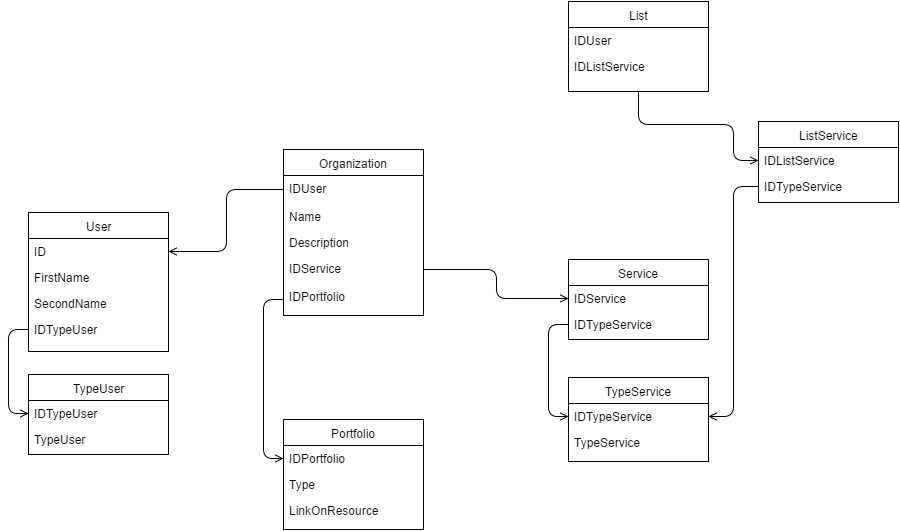
Nordth/istu-lab-upp-2016-2017 keeps this draw.io diagram as strelkov_bogdanova/lab2/ДиаграммаСущностей.png. Above is the earlier version. Source tidied: cells renumbered, new cells last; positions are measured from the earlier drawing's top-left corner, leaving out a move shared by most shapes.
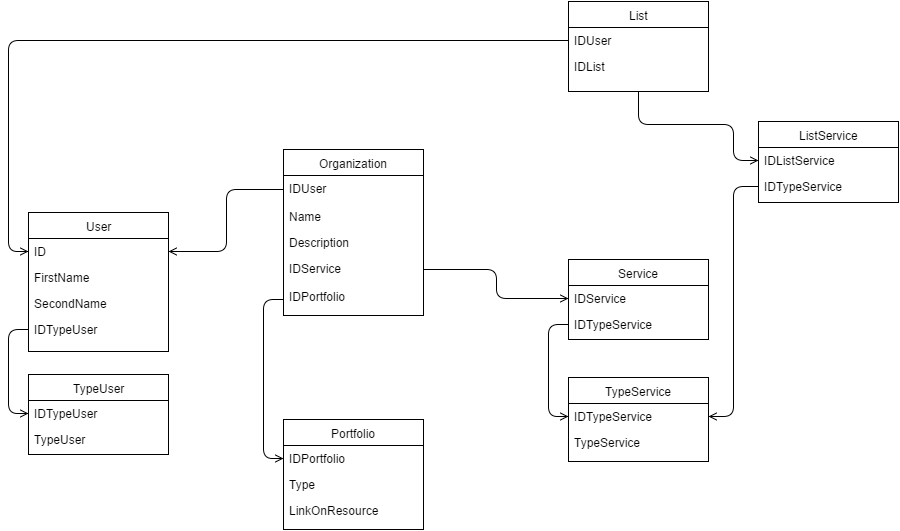
Later version of the same file.

Diff of the diagram source:
```diff
@@ -95,7 +95,7 @@
     <mxCell id="32" value="IDUser" style="text;html=1;strokeColor=none;fillColor=none;align=left;verticalAlign=top;spacingLeft=4;spacingRight=4;whiteSpace=wrap;overflow=hidden;points=[[0,0.5],[1,0.5]];portConstraint=eastwest;" parent="31" vertex="1">
       <mxGeometry y="26" width="140" height="26" as="geometry" />
     </mxCell>
-    <mxCell id="33" value="ID&lt;span&gt;ListService&lt;/span&gt;" style="text;html=1;strokeColor=none;fillColor=none;align=left;verticalAlign=top;spacingLeft=4;spacingRight=4;whiteSpace=wrap;overflow=hidden;" parent="31" vertex="1">
+    <mxCell id="33" value="ID&lt;span&gt;List&lt;/span&gt;" style="text;html=1;strokeColor=none;fillColor=none;align=left;verticalAlign=top;spacingLeft=4;spacingRight=4;whiteSpace=wrap;overflow=hidden;" parent="31" vertex="1">
       <mxGeometry y="52" width="140" height="26" as="geometry" />
     </mxCell>
     <mxCell id="34" value="ListService" style="swimlane;html=1;fontStyle=0;horizontal=1;startSize=26;fillColor=none;swimlaneFillColor=#ffffff;" parent="1" vertex="1">
@@ -119,5 +119,8 @@
     <mxCell id="38" style="edgeStyle=orthogonalEdgeStyle;rounded=1;html=1;entryX=1;entryY=0.5;shadow=0;startArrow=none;startFill=0;endArrow=open;endFill=0;jettySize=auto;strokeColor=#000000;" parent="1" edge="1" source="36" target="21">
       <mxGeometry relative="1" as="geometry" />
     </mxCell>
+    <mxCell id="39" style="edgeStyle=orthogonalEdgeStyle;rounded=1;html=1;entryX=0;entryY=0.5;shadow=0;startArrow=none;startFill=0;endArrow=open;endFill=0;jettySize=auto;strokeColor=#000000;" parent="1" edge="1" source="32" target="3">
+      <mxGeometry relative="1" as="geometry" />
+    </mxCell>
   </root>
 </mxGraphModel>
```
